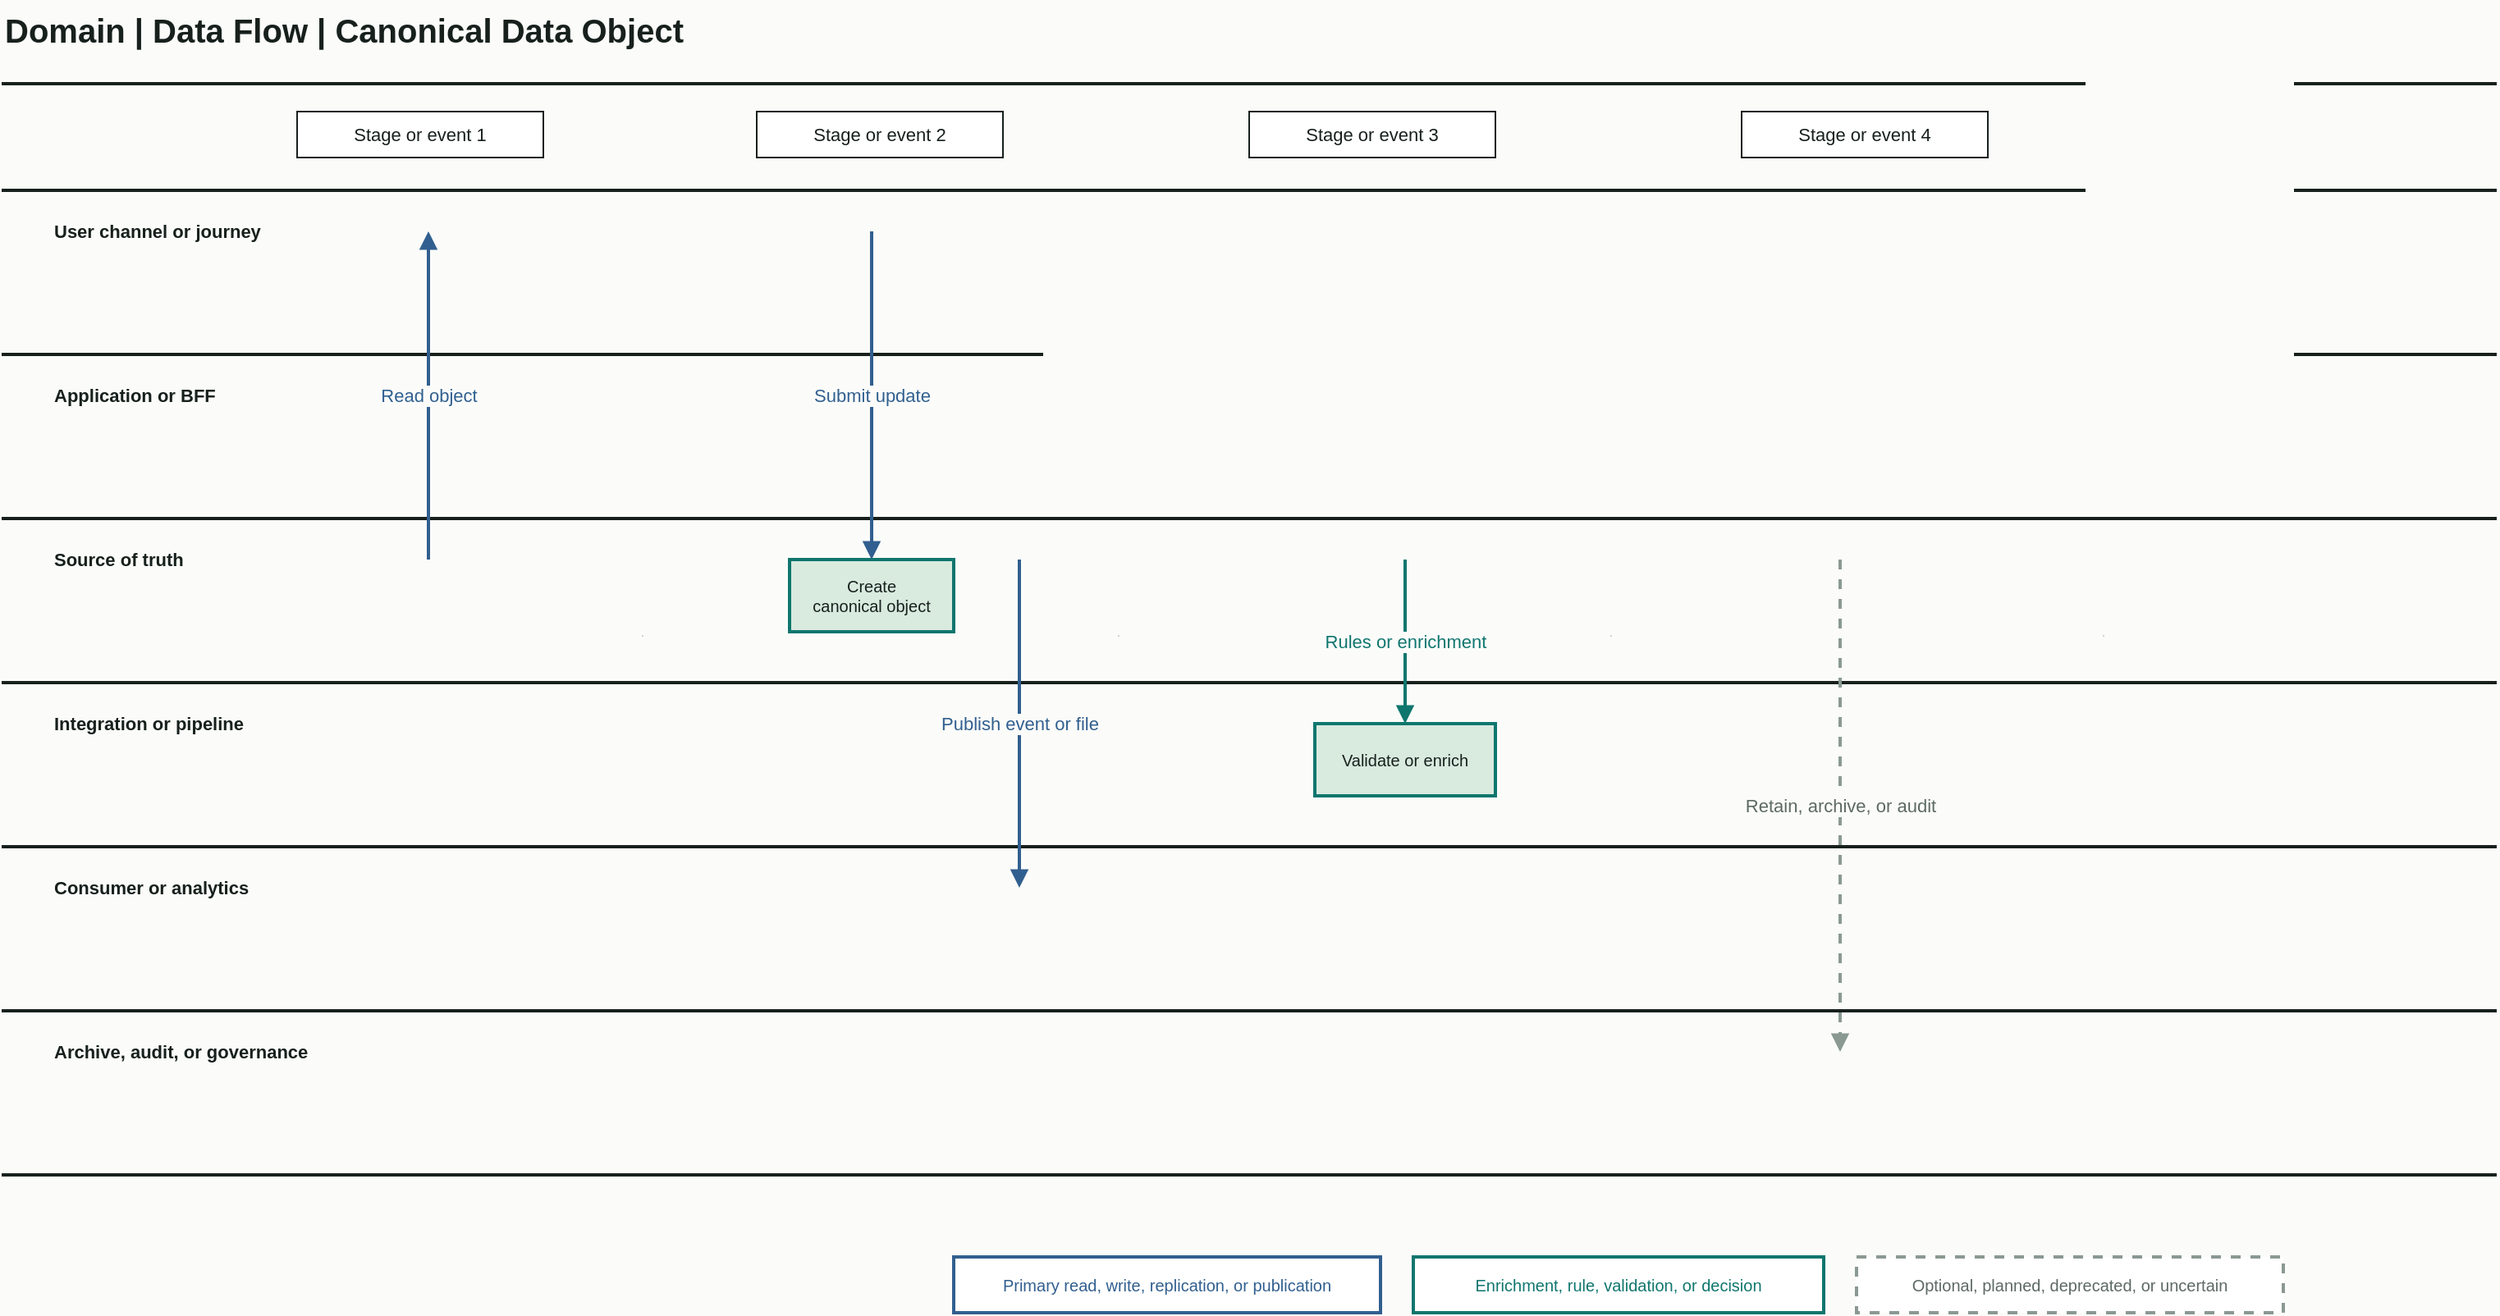
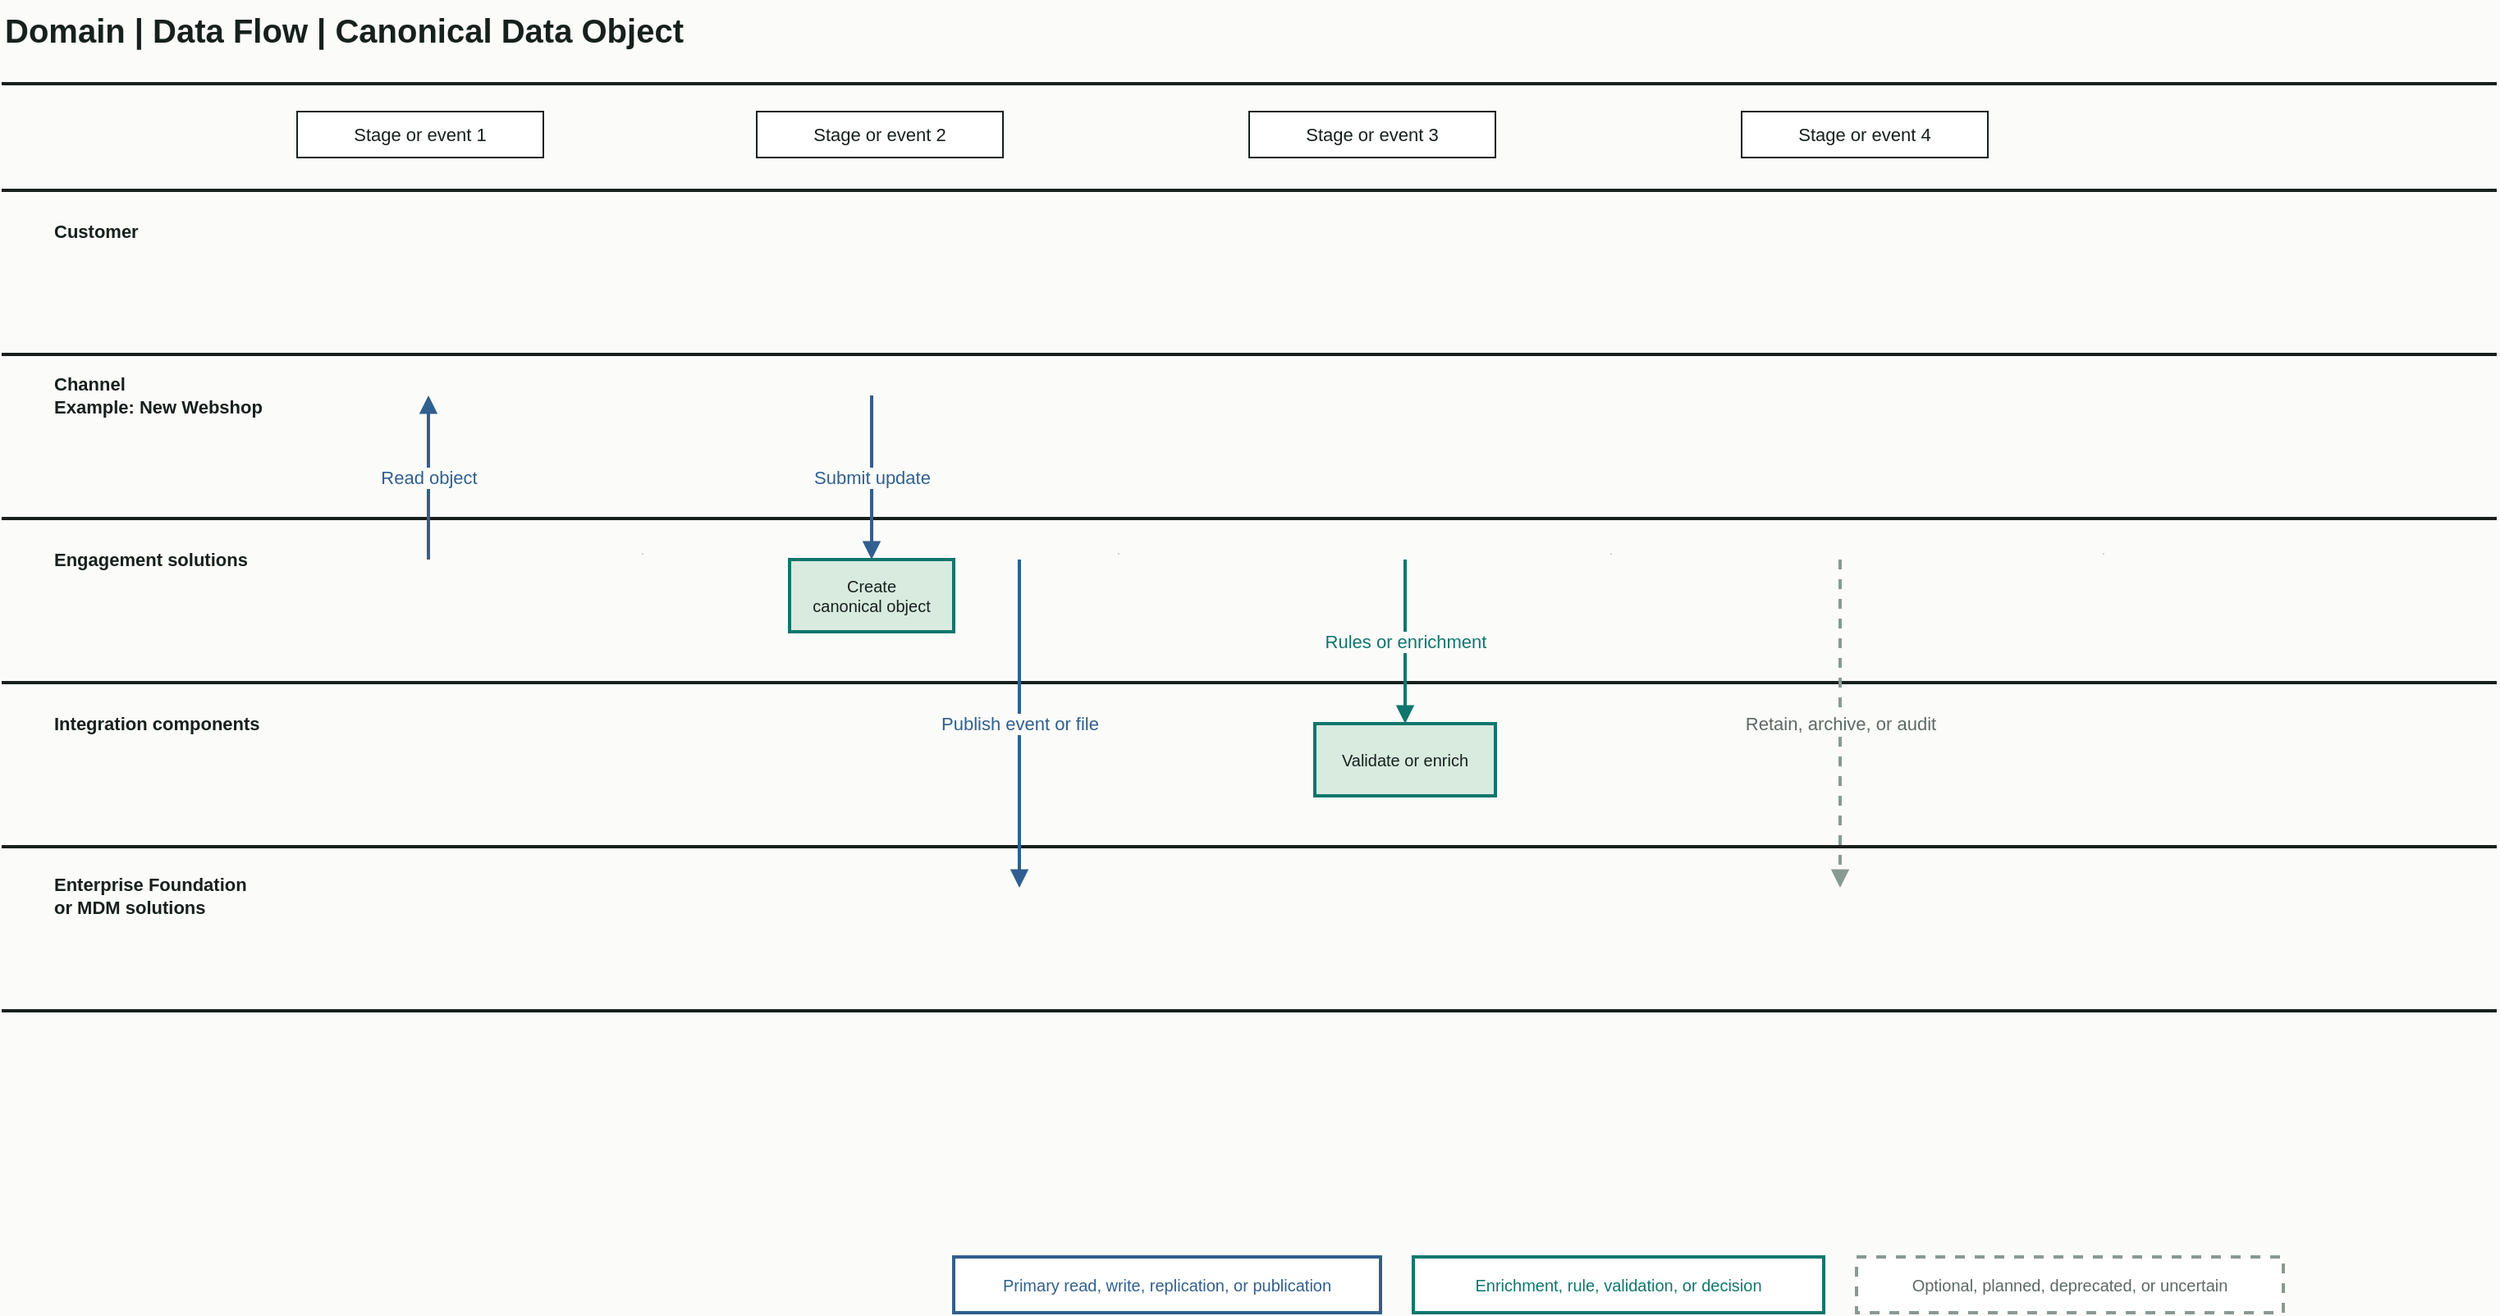
<mxfile host="app.diagrams.net" modified="2026-06-25T00:00:00.000Z" agent="AI Architecture Toolkit" version="24.7.17">
  <diagram id="data-flow" name="Data Flow">
    <mxGraphModel dx="1600" dy="900" grid="1" gridSize="10" guides="1" tooltips="1" connect="1" arrows="1" fold="1" page="1" pageScale="1" pageWidth="1600" pageHeight="900" background="#fbfcfa" math="0" shadow="0">
      <root>
        <mxCell id="0" />
        <mxCell id="1" parent="0" />
        <mxCell id="title" value="Domain | Data Flow | Canonical Data Object" style="text;html=1;strokeColor=none;fillColor=none;align=left;verticalAlign=middle;fontStyle=1;fontSize=20;fontColor=#17201d;" vertex="1" parent="1">
          <mxGeometry x="40" y="24" width="650" height="36" as="geometry" />
        </mxCell>
        <mxCell id="top-rule" value="" style="shape=line;html=1;strokeColor=#17201d;strokeWidth=2;" vertex="1" parent="1">
          <mxGeometry x="40" y="70" width="1520" height="10" as="geometry" />
        </mxCell>
        <mxCell id="stage-1" value="Stage or event 1" style="rounded=0;whiteSpace=wrap;html=1;spacing=6;fillColor=#ffffff;strokeColor=#17201d;fontColor=#17201d;fontSize=11;" vertex="1" parent="1">
          <mxGeometry x="220" y="92" width="150" height="28" as="geometry" />
        </mxCell>
        <mxCell id="stage-2" value="Stage or event 2" style="rounded=0;whiteSpace=wrap;html=1;spacing=6;fillColor=#ffffff;strokeColor=#17201d;fontColor=#17201d;fontSize=11;" vertex="1" parent="1">
          <mxGeometry x="500" y="92" width="150" height="28" as="geometry" />
        </mxCell>
        <mxCell id="stage-3" value="Stage or event 3" style="rounded=0;whiteSpace=wrap;html=1;spacing=6;fillColor=#ffffff;strokeColor=#17201d;fontColor=#17201d;fontSize=11;" vertex="1" parent="1">
          <mxGeometry x="800" y="92" width="150" height="28" as="geometry" />
        </mxCell>
        <mxCell id="stage-4" value="Stage or event 4" style="rounded=0;whiteSpace=wrap;html=1;spacing=6;fillColor=#ffffff;strokeColor=#17201d;fontColor=#17201d;fontSize=11;" vertex="1" parent="1">
          <mxGeometry x="1100" y="92" width="150" height="28" as="geometry" />
        </mxCell>
-         <mxCell id="lane-1-label" value="User channel or journey" style="text;html=1;strokeColor=none;fillColor=none;align=left;verticalAlign=middle;fontStyle=1;fontSize=11;fontColor=#17201d;" vertex="1" parent="1">
+         <mxCell id="lane-1-label" value="Customer" style="text;html=1;strokeColor=none;fillColor=none;align=left;verticalAlign=middle;fontStyle=1;fontSize=11;fontColor=#17201d;" vertex="1" parent="1">
          <mxGeometry x="70" y="150" width="150" height="30" as="geometry" />
        </mxCell>
-         <mxCell id="lane-2-label" value="Application or BFF" style="text;html=1;strokeColor=none;fillColor=none;align=left;verticalAlign=middle;fontStyle=1;fontSize=11;fontColor=#17201d;" vertex="1" parent="1">
-           <mxGeometry x="70" y="250" width="150" height="30" as="geometry" />
+         <mxCell id="lane-2-label" value="Channel&#xa;Example: New Webshop" style="text;html=1;strokeColor=none;fillColor=none;align=left;verticalAlign=middle;fontStyle=1;fontSize=11;fontColor=#17201d;" vertex="1" parent="1">
+           <mxGeometry x="70" y="240" width="150" height="50" as="geometry" />
        </mxCell>
-         <mxCell id="lane-3-label" value="Source of truth" style="text;html=1;strokeColor=none;fillColor=none;align=left;verticalAlign=middle;fontStyle=1;fontSize=11;fontColor=#17201d;" vertex="1" parent="1">
+         <mxCell id="lane-3-label" value="Engagement solutions" style="text;html=1;strokeColor=none;fillColor=none;align=left;verticalAlign=middle;fontStyle=1;fontSize=11;fontColor=#17201d;" vertex="1" parent="1">
          <mxGeometry x="70" y="350" width="150" height="30" as="geometry" />
        </mxCell>
-         <mxCell id="lane-4-label" value="Integration or pipeline" style="text;html=1;strokeColor=none;fillColor=none;align=left;verticalAlign=middle;fontStyle=1;fontSize=11;fontColor=#17201d;" vertex="1" parent="1">
+         <mxCell id="lane-4-label" value="Integration components" style="text;html=1;strokeColor=none;fillColor=none;align=left;verticalAlign=middle;fontStyle=1;fontSize=11;fontColor=#17201d;" vertex="1" parent="1">
          <mxGeometry x="70" y="450" width="150" height="30" as="geometry" />
        </mxCell>
-         <mxCell id="lane-5-label" value="Consumer or analytics" style="text;html=1;strokeColor=none;fillColor=none;align=left;verticalAlign=middle;fontStyle=1;fontSize=11;fontColor=#17201d;" vertex="1" parent="1">
-           <mxGeometry x="70" y="550" width="150" height="30" as="geometry" />
-         </mxCell>
-         <mxCell id="lane-6-label" value="Archive, audit, or governance" style="text;html=1;strokeColor=none;fillColor=none;align=left;verticalAlign=middle;fontStyle=1;fontSize=11;fontColor=#17201d;" vertex="1" parent="1">
-           <mxGeometry x="70" y="650" width="150" height="30" as="geometry" />
+         <mxCell id="lane-5-label" value="Enterprise Foundation&#xa;or MDM solutions" style="text;html=1;strokeColor=none;fillColor=none;align=left;verticalAlign=middle;fontStyle=1;fontSize=11;fontColor=#17201d;" vertex="1" parent="1">
+           <mxGeometry x="70" y="545" width="160" height="50" as="geometry" />
        </mxCell>
        <mxCell id="lane-1-line" value="" style="shape=line;html=1;strokeColor=#17201d;strokeWidth=2;" vertex="1" parent="1">
          <mxGeometry x="40" y="135" width="1520" height="10" as="geometry" />
        </mxCell>
        <mxCell id="lane-2-line" value="" style="shape=line;html=1;strokeColor=#17201d;strokeWidth=2;" vertex="1" parent="1">
          <mxGeometry x="40" y="235" width="1520" height="10" as="geometry" />
        </mxCell>
        <mxCell id="lane-3-line" value="" style="shape=line;html=1;strokeColor=#17201d;strokeWidth=2;" vertex="1" parent="1">
          <mxGeometry x="40" y="335" width="1520" height="10" as="geometry" />
        </mxCell>
        <mxCell id="lane-4-line" value="" style="shape=line;html=1;strokeColor=#17201d;strokeWidth=2;" vertex="1" parent="1">
          <mxGeometry x="40" y="435" width="1520" height="10" as="geometry" />
        </mxCell>
        <mxCell id="lane-5-line" value="" style="shape=line;html=1;strokeColor=#17201d;strokeWidth=2;" vertex="1" parent="1">
          <mxGeometry x="40" y="535" width="1520" height="10" as="geometry" />
        </mxCell>
-         <mxCell id="lane-6-line" value="" style="shape=line;html=1;strokeColor=#17201d;strokeWidth=2;" vertex="1" parent="1">
+         <mxCell id="bottom-rule" value="" style="shape=line;html=1;strokeColor=#17201d;strokeWidth=2;" vertex="1" parent="1">
          <mxGeometry x="40" y="635" width="1520" height="10" as="geometry" />
        </mxCell>
-         <mxCell id="bottom-rule" value="" style="shape=line;html=1;strokeColor=#17201d;strokeWidth=2;" vertex="1" parent="1">
-           <mxGeometry x="40" y="735" width="1520" height="10" as="geometry" />
-         </mxCell>
        <mxCell id="stage-guide-1" value="" style="shape=line;html=1;strokeColor=#cbd5d1;strokeWidth=1;" vertex="1" parent="1">
-           <mxGeometry x="430" y="88" width="1" height="647" as="geometry" />
+           <mxGeometry x="430" y="88" width="1" height="547" as="geometry" />
        </mxCell>
        <mxCell id="stage-guide-2" value="" style="shape=line;html=1;strokeColor=#cbd5d1;strokeWidth=1;" vertex="1" parent="1">
-           <mxGeometry x="720" y="88" width="1" height="647" as="geometry" />
+           <mxGeometry x="720" y="88" width="1" height="547" as="geometry" />
        </mxCell>
        <mxCell id="stage-guide-3" value="" style="shape=line;html=1;strokeColor=#cbd5d1;strokeWidth=1;" vertex="1" parent="1">
-           <mxGeometry x="1020" y="88" width="1" height="647" as="geometry" />
+           <mxGeometry x="1020" y="88" width="1" height="547" as="geometry" />
        </mxCell>
        <mxCell id="stage-guide-4" value="" style="shape=line;html=1;strokeColor=#cbd5d1;strokeWidth=1;" vertex="1" parent="1">
-           <mxGeometry x="1320" y="88" width="1" height="647" as="geometry" />
+           <mxGeometry x="1320" y="88" width="1" height="547" as="geometry" />
        </mxCell>
        <mxCell id="object-created" value="Create&#xa;canonical object" style="rounded=0;whiteSpace=wrap;html=1;spacing=4;fillColor=#d9eadf;strokeColor=#0f766e;fontColor=#17201d;fontSize=10;strokeWidth=2;" vertex="1" parent="1">
          <mxGeometry x="520" y="365" width="100" height="44" as="geometry" />
        </mxCell>
        <mxCell id="object-updated" value="Validate or enrich" style="rounded=0;whiteSpace=wrap;html=1;spacing=4;fillColor=#d9eadf;strokeColor=#0f766e;fontColor=#17201d;fontSize=10;strokeWidth=2;" vertex="1" parent="1">
          <mxGeometry x="840" y="465" width="110" height="44" as="geometry" />
        </mxCell>
        <mxCell id="primary-read" value="Read object" style="edgeStyle=orthogonalEdgeStyle;rounded=0;orthogonalLoop=1;jettySize=auto;html=1;endArrow=block;strokeColor=#315f8f;fontColor=#315f8f;labelBackgroundColor=#fbfcfa;labelBorderColor=none;strokeWidth=2;" edge="1" parent="1">
          <mxGeometry relative="1" as="geometry">
            <mxPoint x="300" y="365" as="sourcePoint" />
-             <mxPoint x="300" y="165" as="targetPoint" />
+             <mxPoint x="300" y="265" as="targetPoint" />
          </mxGeometry>
        </mxCell>
        <mxCell id="primary-write" value="Submit update" style="edgeStyle=orthogonalEdgeStyle;rounded=0;orthogonalLoop=1;jettySize=auto;html=1;endArrow=block;strokeColor=#315f8f;fontColor=#315f8f;labelBackgroundColor=#fbfcfa;labelBorderColor=none;strokeWidth=2;" edge="1" parent="1">
          <mxGeometry relative="1" as="geometry">
-             <mxPoint x="570" y="165" as="sourcePoint" />
+             <mxPoint x="570" y="265" as="sourcePoint" />
            <mxPoint x="570" y="365" as="targetPoint" />
          </mxGeometry>
        </mxCell>
        <mxCell id="replicate-flow" value="Publish event or file" style="edgeStyle=orthogonalEdgeStyle;rounded=0;orthogonalLoop=1;jettySize=auto;html=1;endArrow=block;strokeColor=#315f8f;fontColor=#315f8f;labelBackgroundColor=#fbfcfa;labelBorderColor=none;strokeWidth=2;" edge="1" parent="1">
          <mxGeometry relative="1" as="geometry">
            <mxPoint x="660" y="365" as="sourcePoint" />
            <mxPoint x="660" y="565" as="targetPoint" />
          </mxGeometry>
        </mxCell>
        <mxCell id="enrichment-flow" value="Rules or enrichment" style="edgeStyle=orthogonalEdgeStyle;rounded=0;orthogonalLoop=1;jettySize=auto;html=1;endArrow=block;strokeColor=#0f766e;fontColor=#0f766e;labelBackgroundColor=#fbfcfa;labelBorderColor=none;strokeWidth=2;" edge="1" parent="1">
          <mxGeometry relative="1" as="geometry">
            <mxPoint x="895" y="365" as="sourcePoint" />
            <mxPoint x="895" y="465" as="targetPoint" />
          </mxGeometry>
        </mxCell>
        <mxCell id="archive-flow" value="Retain, archive, or audit" style="edgeStyle=orthogonalEdgeStyle;rounded=0;orthogonalLoop=1;jettySize=auto;html=1;endArrow=block;strokeColor=#8a9992;fontColor=#5d6964;labelBackgroundColor=#fbfcfa;labelBorderColor=none;strokeWidth=2;dashed=1;" edge="1" parent="1">
          <mxGeometry relative="1" as="geometry">
            <mxPoint x="1160" y="365" as="sourcePoint" />
-             <mxPoint x="1160" y="665" as="targetPoint" />
+             <mxPoint x="1160" y="565" as="targetPoint" />
          </mxGeometry>
        </mxCell>
        <mxCell id="legend-primary" value="Primary read, write, replication, or publication" style="rounded=0;whiteSpace=wrap;html=1;spacing=6;fillColor=#ffffff;strokeColor=#315f8f;fontColor=#315f8f;fontSize=10;strokeWidth=2;" vertex="1" parent="1">
          <mxGeometry x="620" y="790" width="260" height="34" as="geometry" />
        </mxCell>
        <mxCell id="legend-enrichment" value="Enrichment, rule, validation, or decision" style="rounded=0;whiteSpace=wrap;html=1;spacing=6;fillColor=#ffffff;strokeColor=#0f766e;fontColor=#0f766e;fontSize=10;strokeWidth=2;" vertex="1" parent="1">
          <mxGeometry x="900" y="790" width="250" height="34" as="geometry" />
        </mxCell>
        <mxCell id="legend-optional" value="Optional, planned, deprecated, or uncertain" style="rounded=0;whiteSpace=wrap;html=1;spacing=6;fillColor=#ffffff;strokeColor=#8a9992;fontColor=#5d6964;fontSize=10;strokeWidth=2;dashed=1;" vertex="1" parent="1">
          <mxGeometry x="1170" y="790" width="260" height="34" as="geometry" />
        </mxCell>
      </root>
    </mxGraphModel>
  </diagram>
</mxfile>
